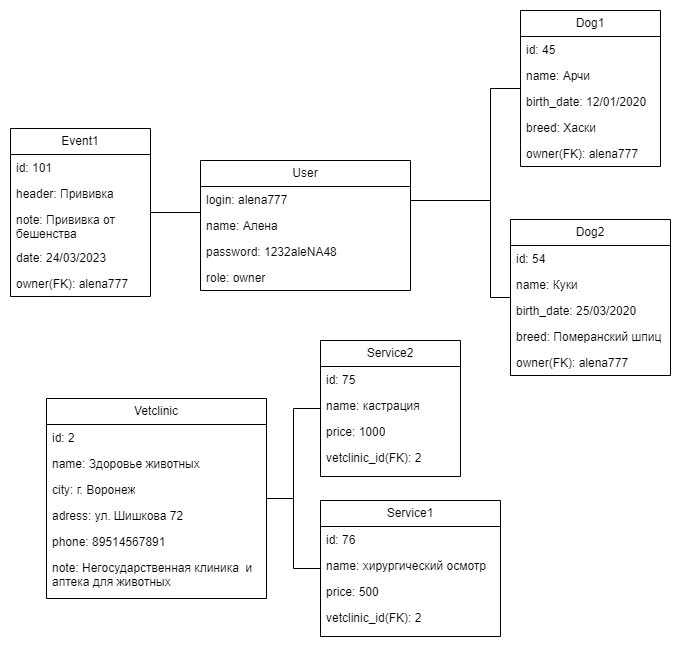
Earlier version of the draw.io export Documentation/Diagrams/Диаграмма объектов (Object diagram)/Диаграмма объектов (Object).drawio.png (polyafedosova/TP-5.2-5). Source tidied: cells renumbered, new cells last; positions are measured from the earlier drawing's top-left corner, leaving out a move shared by most shapes.
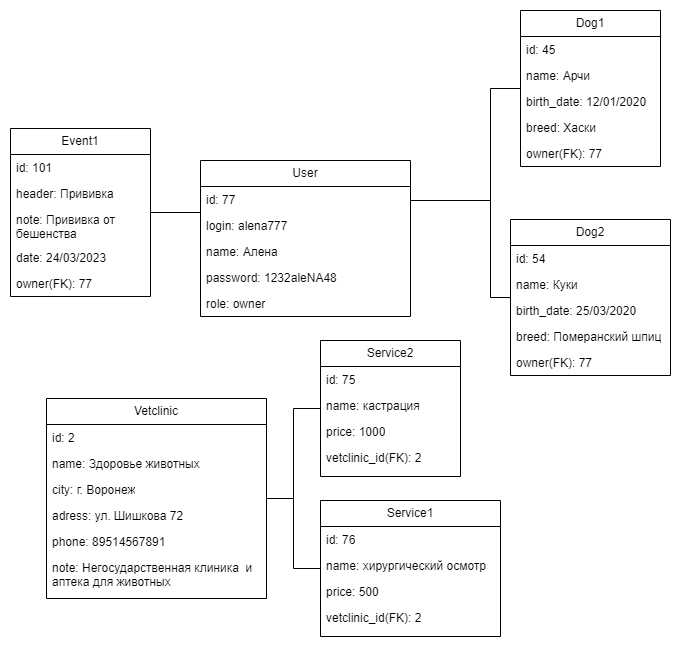
Later version of the same file.

What changed in the source:
```diff
@@ -64,23 +64,26 @@
     <mxCell id="20" value="date: 24/03/2023" style="text;strokeColor=none;fillColor=none;align=left;verticalAlign=top;spacingLeft=4;spacingRight=4;overflow=hidden;whiteSpace=wrap;html=1;" parent="16" vertex="1">
       <mxGeometry y="116" width="140" height="26" as="geometry" />
     </mxCell>
-    <mxCell id="21" value="owner(FK): alena777" style="text;strokeColor=none;fillColor=none;align=left;verticalAlign=top;spacingLeft=4;spacingRight=4;overflow=hidden;whiteSpace=wrap;html=1;" parent="16" vertex="1">
+    <mxCell id="21" value="owner(FK): 77" style="text;strokeColor=none;fillColor=none;align=left;verticalAlign=top;spacingLeft=4;spacingRight=4;overflow=hidden;whiteSpace=wrap;html=1;" parent="16" vertex="1">
       <mxGeometry y="142" width="140" height="26" as="geometry" />
     </mxCell>
     <mxCell id="22" value="User" style="swimlane;fontStyle=0;horizontal=1;startSize=26;fillColor=none;whiteSpace=wrap;html=1;" parent="1" vertex="1">
-      <mxGeometry x="190" y="150" width="210" height="130" as="geometry" />
+      <mxGeometry x="190" y="150" width="210" height="156" as="geometry" />
     </mxCell>
+    <mxCell id="47" value="id: 77" style="text;strokeColor=none;fillColor=none;align=left;verticalAlign=top;spacingLeft=4;spacingRight=4;overflow=hidden;whiteSpace=wrap;html=1;" parent="22" vertex="1">
+      <mxGeometry y="26" width="210" height="26" as="geometry" />
+    </mxCell>
     <mxCell id="23" value="login: alena777" style="text;strokeColor=none;fillColor=none;align=left;verticalAlign=top;spacingLeft=4;spacingRight=4;overflow=hidden;whiteSpace=wrap;html=1;" parent="22" vertex="1">
-      <mxGeometry y="26" width="210" height="26" as="geometry" />
+      <mxGeometry y="52" width="210" height="26" as="geometry" />
     </mxCell>
     <mxCell id="24" value="name: Алена" style="text;strokeColor=none;fillColor=none;align=left;verticalAlign=top;spacingLeft=4;spacingRight=4;overflow=hidden;whiteSpace=wrap;html=1;" parent="22" vertex="1">
-      <mxGeometry y="52" width="210" height="26" as="geometry" />
+      <mxGeometry y="78" width="210" height="26" as="geometry" />
     </mxCell>
     <mxCell id="25" value="password: 1232aleNA48" style="text;strokeColor=none;fillColor=none;align=left;verticalAlign=top;spacingLeft=4;spacingRight=4;overflow=hidden;whiteSpace=wrap;html=1;" parent="22" vertex="1">
-      <mxGeometry y="78" width="210" height="26" as="geometry" />
+      <mxGeometry y="104" width="210" height="26" as="geometry" />
     </mxCell>
     <mxCell id="26" value="role: owner" style="text;strokeColor=none;fillColor=none;align=left;verticalAlign=top;spacingLeft=4;spacingRight=4;overflow=hidden;whiteSpace=wrap;html=1;" parent="22" vertex="1">
-      <mxGeometry y="104" width="210" height="26" as="geometry" />
+      <mxGeometry y="130" width="210" height="26" as="geometry" />
     </mxCell>
     <mxCell id="27" style="edgeStyle=orthogonalEdgeStyle;rounded=0;jettySize=auto;html=1;fontSize=12;startSize=8;endSize=8;endArrow=none;endFill=0;" parent="1" edge="1" source="28" target="22">
       <mxGeometry relative="1" as="geometry">
@@ -105,7 +108,7 @@
     <mxCell id="32" value="breed: Хаски" style="text;strokeColor=none;fillColor=none;align=left;verticalAlign=top;spacingLeft=4;spacingRight=4;overflow=hidden;whiteSpace=wrap;html=1;" parent="28" vertex="1">
       <mxGeometry y="104" width="140" height="26" as="geometry" />
     </mxCell>
-    <mxCell id="33" value="owner(FK): alena777" style="text;strokeColor=none;fillColor=none;align=left;verticalAlign=top;spacingLeft=4;spacingRight=4;overflow=hidden;whiteSpace=wrap;html=1;" parent="28" vertex="1">
+    <mxCell id="33" value="owner(FK): 77" style="text;strokeColor=none;fillColor=none;align=left;verticalAlign=top;spacingLeft=4;spacingRight=4;overflow=hidden;whiteSpace=wrap;html=1;" parent="28" vertex="1">
       <mxGeometry y="130" width="140" height="26" as="geometry" />
     </mxCell>
     <mxCell id="34" style="edgeStyle=orthogonalEdgeStyle;rounded=0;jettySize=auto;html=1;fontSize=12;startSize=8;endSize=8;endArrow=none;endFill=0;" parent="1" edge="1" source="35" target="22">
@@ -131,7 +134,7 @@
     <mxCell id="39" value="breed: Померанский шпиц" style="text;strokeColor=none;fillColor=none;align=left;verticalAlign=top;spacingLeft=4;spacingRight=4;overflow=hidden;whiteSpace=wrap;html=1;" parent="35" vertex="1">
       <mxGeometry y="104" width="160" height="26" as="geometry" />
     </mxCell>
-    <mxCell id="40" value="owner(FK): alena777" style="text;strokeColor=none;fillColor=none;align=left;verticalAlign=top;spacingLeft=4;spacingRight=4;overflow=hidden;whiteSpace=wrap;html=1;" parent="35" vertex="1">
+    <mxCell id="40" value="owner(FK): 77" style="text;strokeColor=none;fillColor=none;align=left;verticalAlign=top;spacingLeft=4;spacingRight=4;overflow=hidden;whiteSpace=wrap;html=1;" parent="35" vertex="1">
       <mxGeometry y="130" width="160" height="26" as="geometry" />
     </mxCell>
     <mxCell id="41" style="edgeStyle=orthogonalEdgeStyle;rounded=0;jettySize=auto;html=1;fontSize=12;startSize=8;endSize=8;endArrow=none;endFill=0;" parent="1" edge="1" source="42" target="2">
```
